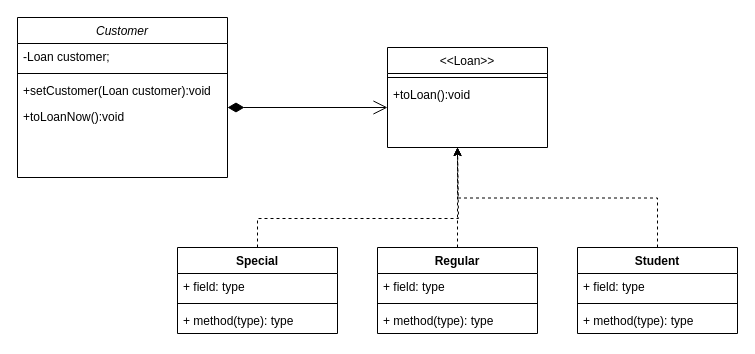
Before: designPatterns/customerBanck.drawio in pauloarantesmachado/Bertoti-SE, a draw.io diagram. Source tidied: cells renumbered, new cells numbered last; positions are measured from the earlier drawing's top-left corner, leaving out a move shared by most shapes. Both pictures are drawn from the tidied source at 100%, with x=0, y=0 at pixel (17, 17).
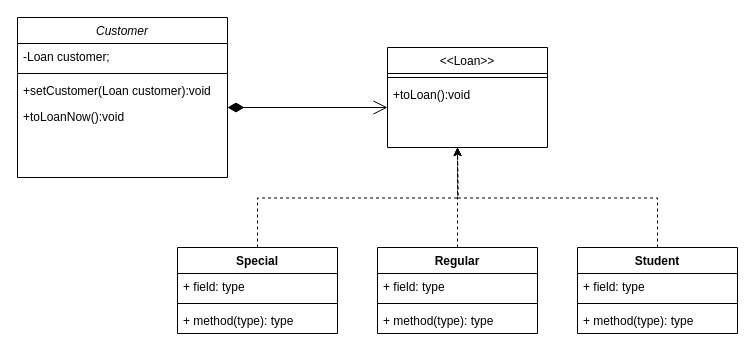
After the change.

Unchanged cells that the change refers to:
```xml
<mxCell id="17" value="Special" style="swimlane;fontStyle=1;align=center;verticalAlign=top;horizontal=1;startSize=26;whiteSpace=wrap;html=1;" parent="1" vertex="1">
  <mxGeometry x="160" y="230" width="160" height="86" as="geometry" />
</mxCell>
<mxCell id="22" value="Student" style="swimlane;fontStyle=1;align=center;verticalAlign=top;horizontal=1;startSize=26;whiteSpace=wrap;html=1;" parent="1" vertex="1">
  <mxGeometry x="560" y="230" width="160" height="86" as="geometry" />
</mxCell>
```

Diff of the diagram source:
```diff
@@
-    <mxCell id="16" style="edgeStyle=orthogonalEdgeStyle;rounded=0;jettySize=auto;html=1;exitX=0.5;exitY=0;exitDx=0;exitDy=0;dashed=1;" parent="1" edge="1" source="17">
-      <mxGeometry relative="1" as="geometry">
-        <mxPoint x="440" y="130" as="targetPoint" />
-        <Array as="points">
-          <mxPoint x="240" y="201" />
-          <mxPoint x="441" y="201" />
-        </Array>
-      </mxGeometry>
-    </mxCell>
+    <mxCell id="26" style="edgeStyle=orthogonalEdgeStyle;rounded=0;jettySize=auto;html=1;exitX=0.5;exitY=0;exitDx=0;exitDy=0;dashed=1;" parent="1" edge="1" source="17">
+      <mxGeometry relative="1" as="geometry">
+        <mxPoint x="440" y="130" as="targetPoint" />
+      </mxGeometry>
+    </mxCell>
@@
-    <mxCell id="21" style="edgeStyle=orthogonalEdgeStyle;rounded=0;jettySize=auto;html=1;exitX=0.5;exitY=0;exitDx=0;exitDy=0;dashed=1;" parent="1" edge="1" source="22">
-      <mxGeometry relative="1" as="geometry">
-        <mxPoint x="440" y="130" as="targetPoint" />
-      </mxGeometry>
-    </mxCell>
+    <mxCell id="27" style="edgeStyle=orthogonalEdgeStyle;rounded=0;jettySize=auto;html=1;exitX=0.5;exitY=0;exitDx=0;exitDy=0;dashed=1;" parent="1" edge="1" source="22">
+      <mxGeometry relative="1" as="geometry">
+        <mxPoint x="440" y="130" as="targetPoint" />
+      </mxGeometry>
+    </mxCell>
```
